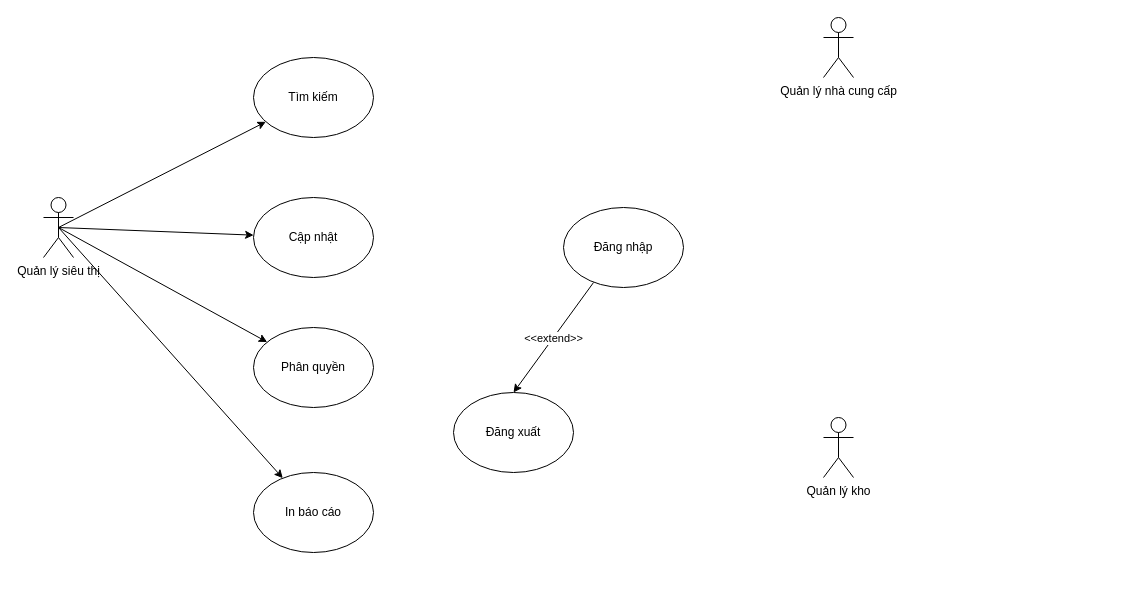
This is SoDoUsecase_QuanLyThongTinSieuThi.drawio from LujustinaN/Thuc_Hanh.HeThongCongNgheWeb, a draw.io file, before an edit. Source tidied: cells renumbered, new cells numbered last; positions are measured from the earlier drawing's top-left corner, leaving out a move shared by most shapes. Both pictures are drawn from the tidied source at 100%, with x=0, y=0 at pixel (43, 17).
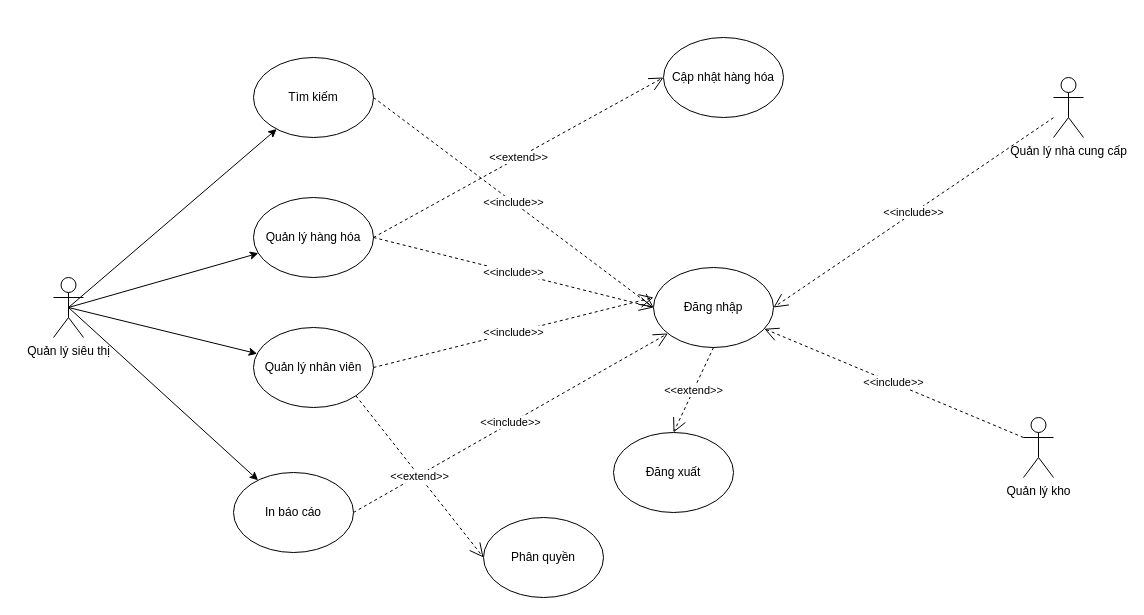
Above is the later version.

Commit message (it also covers changes not shown here):
Cập nhật SoDoUsecase_QuanLyThongTinSieuThi.drawio

Unchanged cells that the change refers to:
```xml
<mxCell id="7" value="Tìm kiếm" style="ellipse;whiteSpace=wrap;html=1;" parent="1" vertex="1">
  <mxGeometry x="210" y="40" width="120" height="80" as="geometry" />
</mxCell>
```

Diff of the diagram source:
```diff
@@
     <mxCell id="4" value="Quản lý siêu thị" style="shape=umlActor;verticalLabelPosition=bottom;verticalAlign=top;html=1;outlineConnect=0;" parent="1" vertex="1">
-      <mxGeometry y="180" width="30" height="60" as="geometry" />
+      <mxGeometry x="10" y="260" width="30" height="60" as="geometry" />
     </mxCell>
     <mxCell id="5" value="Quản lý nhà cung cấp" style="shape=umlActor;verticalLabelPosition=bottom;verticalAlign=top;html=1;outlineConnect=0;" parent="1" vertex="1">
-      <mxGeometry x="780" width="30" height="60" as="geometry" />
+      <mxGeometry x="1010" y="60" width="30" height="60" as="geometry" />
     </mxCell>
     <mxCell id="6" value="Quản lý kho" style="shape=umlActor;verticalLabelPosition=bottom;verticalAlign=top;html=1;outlineConnect=0;" parent="1" vertex="1">
-      <mxGeometry x="780" y="400" width="30" height="60" as="geometry" />
+      <mxGeometry x="980" y="400" width="30" height="60" as="geometry" />
     </mxCell>
@@
-    <mxCell id="8" value="Cập nhật" style="ellipse;whiteSpace=wrap;html=1;" parent="1" vertex="1">
+    <mxCell id="8" value="Quản lý hàng hóa" style="ellipse;whiteSpace=wrap;html=1;" parent="1" vertex="1">
       <mxGeometry x="210" y="180" width="120" height="80" as="geometry" />
     </mxCell>
@@
-    <mxCell id="10" value="Phân quyền" style="ellipse;whiteSpace=wrap;html=1;" parent="1" vertex="1">
+    <mxCell id="10" value="Quản lý nhân viên" style="ellipse;whiteSpace=wrap;html=1;" parent="1" vertex="1">
       <mxGeometry x="210" y="310" width="120" height="80" as="geometry" />
     </mxCell>
@@
     <mxCell id="12" value="In báo cáo" style="ellipse;whiteSpace=wrap;html=1;" parent="1" vertex="1">
-      <mxGeometry x="210" y="455" width="120" height="80" as="geometry" />
+      <mxGeometry x="190" y="455" width="120" height="80" as="geometry" />
     </mxCell>
     <mxCell id="13" value="Đăng nhập" style="ellipse;whiteSpace=wrap;html=1;" parent="1" vertex="1">
-      <mxGeometry x="520" y="190" width="120" height="80" as="geometry" />
+      <mxGeometry x="610" y="250" width="120" height="80" as="geometry" />
     </mxCell>
     <mxCell id="14" value="Đăng xuất" style="ellipse;whiteSpace=wrap;html=1;" parent="1" vertex="1">
-      <mxGeometry x="410" y="375" width="120" height="80" as="geometry" />
+      <mxGeometry x="570" y="415" width="120" height="80" as="geometry" />
     </mxCell>
-    <mxCell id="15" style="endArrow=classic;html=1;rounded=0;entryX=0.5;entryY=0;entryDx=0;entryDy=0;exitX=0.25;exitY=0.938;exitDx=0;exitDy=0;exitPerimeter=0;shadow=0;" parent="1" edge="1" source="13" target="14">
+    <mxCell id="15" value="&amp;lt;&amp;lt;extend&amp;gt;&amp;gt;" style="endArrow=open;endSize=12;dashed=1;html=1;rounded=0;shadow=0;exitX=0.5;exitY=1;exitDx=0;exitDy=0;entryX=0.5;entryY=0;entryDx=0;entryDy=0;" parent="1" edge="1" source="13" target="14">
       <mxGeometry relative="1" as="geometry" />
     </mxCell>
-    <mxCell id="16" value="&amp;lt;&amp;lt;extend&amp;gt;&amp;gt;" style="edgeLabel;html=1;align=center;verticalAlign=middle;shadow=1;" parent="15" vertex="1">
-      <mxGeometry relative="1" as="geometry" />
-    </mxCell>
+    <mxCell id="17" value="&amp;lt;&amp;lt;include&amp;gt;&amp;gt;" style="endArrow=open;endSize=12;dashed=1;html=1;rounded=0;shadow=0;exitX=1;exitY=0.5;exitDx=0;exitDy=0;entryX=0;entryY=0.5;entryDx=0;entryDy=0;" parent="1" edge="1" source="8" target="13">
+      <mxGeometry relative="1" as="geometry" />
+    </mxCell>
+    <mxCell id="18" value="&amp;lt;&amp;lt;include&amp;gt;&amp;gt;" style="endArrow=open;endSize=12;dashed=1;html=1;rounded=0;shadow=0;exitX=1;exitY=0.5;exitDx=0;exitDy=0;entryX=0;entryY=0.5;entryDx=0;entryDy=0;" parent="1" edge="1" source="7" target="13">
+      <mxGeometry relative="1" as="geometry" />
+    </mxCell>
+    <mxCell id="19" value="&amp;lt;&amp;lt;include&amp;gt;&amp;gt;" style="endArrow=open;endSize=12;dashed=1;html=1;rounded=0;shadow=0;exitX=1;exitY=0.5;exitDx=0;exitDy=0;entryX=0;entryY=0.375;entryDx=0;entryDy=0;entryPerimeter=0;" parent="1" edge="1" source="10" target="13">
+      <mxGeometry relative="1" as="geometry" />
+    </mxCell>
+    <mxCell id="20" value="&amp;lt;&amp;lt;include&amp;gt;&amp;gt;" style="endArrow=open;endSize=12;dashed=1;html=1;rounded=0;shadow=0;exitX=1;exitY=0.5;exitDx=0;exitDy=0;" parent="1" edge="1" source="12" target="13">
+      <mxGeometry relative="1" as="geometry" />
+    </mxCell>
+    <mxCell id="21" value="Phân quyền" style="ellipse;whiteSpace=wrap;html=1;" parent="1" vertex="1">
+      <mxGeometry x="440" y="500" width="120" height="80" as="geometry" />
+    </mxCell>
+    <mxCell id="22" value="&amp;lt;&amp;lt;extend&amp;gt;&amp;gt;" style="endArrow=open;endSize=12;dashed=1;html=1;rounded=0;shadow=0;exitX=1;exitY=1;exitDx=0;exitDy=0;entryX=0;entryY=0.5;entryDx=0;entryDy=0;" parent="1" edge="1" source="10" target="21">
+      <mxGeometry relative="1" as="geometry" />
+    </mxCell>
+    <mxCell id="23" value="Cập nhật hàng hóa" style="ellipse;whiteSpace=wrap;html=1;" parent="1" vertex="1">
+      <mxGeometry x="620" y="20" width="120" height="80" as="geometry" />
+    </mxCell>
+    <mxCell id="24" value="&amp;lt;&amp;lt;extend&amp;gt;&amp;gt;" style="endArrow=open;endSize=12;dashed=1;html=1;rounded=0;shadow=0;exitX=1;exitY=0.5;exitDx=0;exitDy=0;entryX=0;entryY=0.5;entryDx=0;entryDy=0;" parent="1" edge="1" source="8" target="23">
+      <mxGeometry relative="1" as="geometry" />
+    </mxCell>
+    <mxCell id="25" value="&amp;lt;&amp;lt;include&amp;gt;&amp;gt;" style="endArrow=open;endSize=12;dashed=1;html=1;rounded=0;shadow=0;exitX=0;exitY=0.3333333333333333;exitDx=0;exitDy=0;exitPerimeter=0;" parent="1" edge="1" source="6" target="13">
+      <mxGeometry relative="1" as="geometry" />
+    </mxCell>
+    <mxCell id="26" value="&amp;lt;&amp;lt;include&amp;gt;&amp;gt;" style="endArrow=open;endSize=12;dashed=1;html=1;rounded=0;shadow=0;entryX=1;entryY=0.5;entryDx=0;entryDy=0;" parent="1" edge="1" source="5" target="13">
+      <mxGeometry relative="1" as="geometry" />
+    </mxCell>
```
